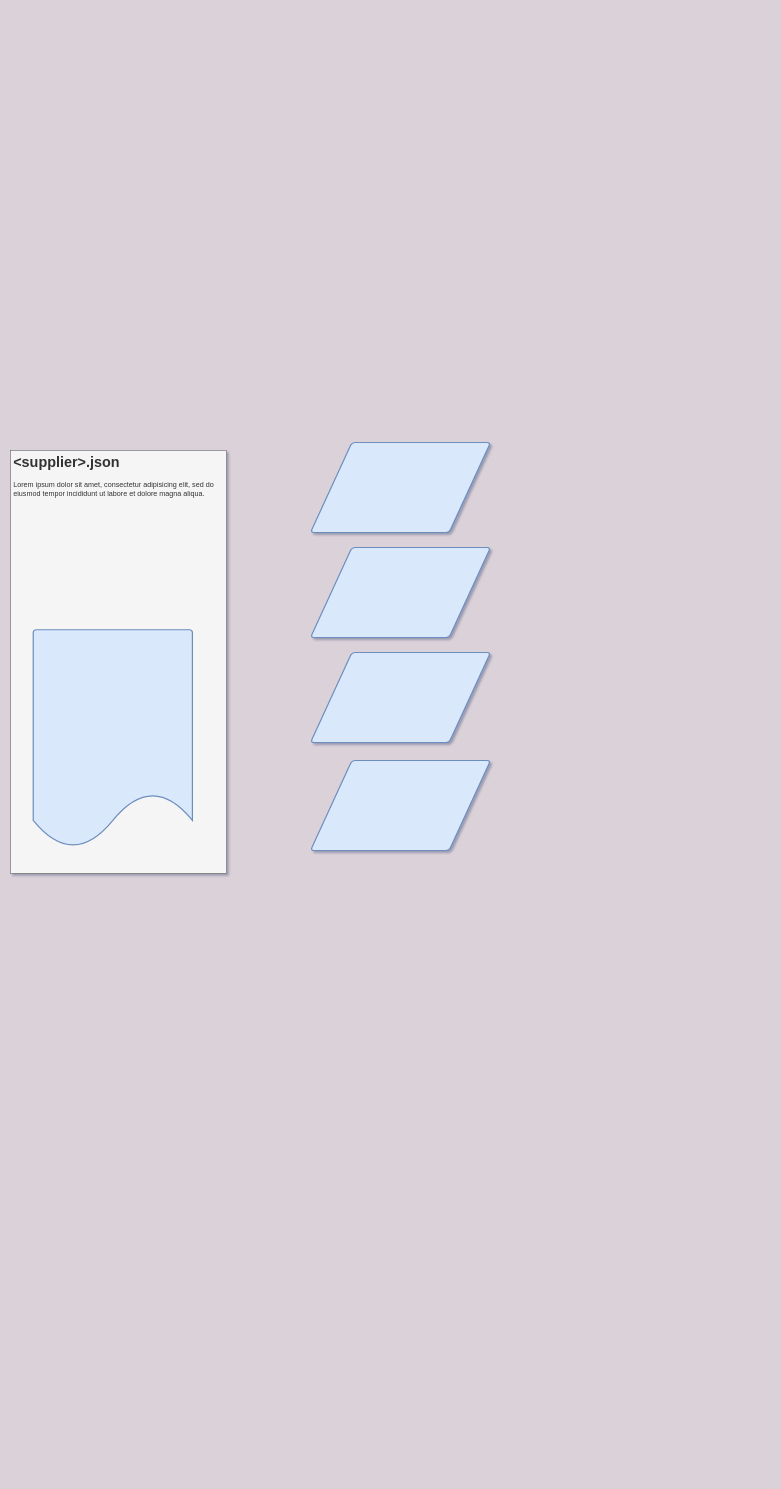
Before: DOC/diagrams.net/Diagram.drawio in DavidkaBenAvraham/Katia, a draw.io diagram. Source tidied: cells renumbered, new cells numbered last; positions are measured from the earlier drawing's top-left corner, leaving out a move shared by most shapes. Both pictures are drawn from the tidied source at 60%, with x=0, y=0 at pixel (10, 442).
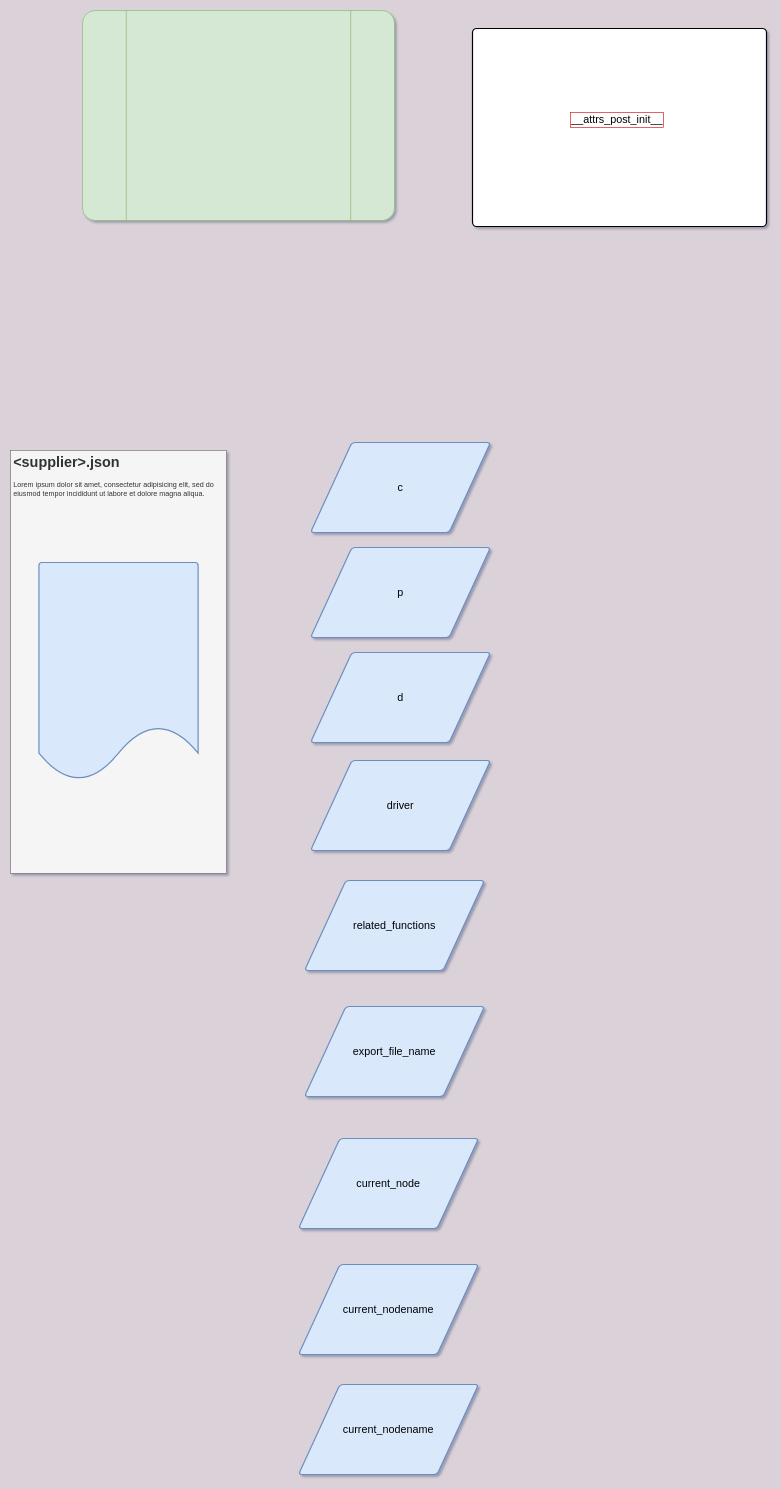
After the change.

What changed in the source:
```diff
@@
 <mxGraphModel background="#DAD2D8" shadow="1">
   <root>
     <mxCell id="0" />
     <mxCell id="1" parent="0" />
-    <mxCell id="2" style="shape=parallelogram;html=1;strokeWidth=2;perimeter=parallelogramPerimeter;whiteSpace=wrap;rounded=1;arcSize=12;size=0.23;fillColor=#dae8fc;strokeColor=#6c8ebf;shadow=0;" parent="1" vertex="1">
+    <mxCell id="2" value="c" style="shape=parallelogram;html=1;strokeWidth=2;perimeter=parallelogramPerimeter;whiteSpace=wrap;rounded=1;arcSize=12;size=0.23;fillColor=#dae8fc;strokeColor=#6c8ebf;shadow=0;fontSize=18;" parent="1" vertex="1">
       <mxGeometry x="500" width="300" height="150" as="geometry" />
     </mxCell>
     <mxCell id="3" style="group;" parent="1" vertex="1">
       <mxGeometry y="13" width="360" height="705" as="geometry" />
     </mxCell>
     <mxCell id="4" value="&lt;h1&gt;&amp;lt;supplier&amp;gt;.json&lt;/h1&gt;&lt;p&gt;Lorem ipsum dolor sit amet, consectetur adipisicing elit, sed do eiusmod tempor incididunt ut labore et dolore magna aliqua.&lt;/p&gt;" style="text;html=1;spacing=5;spacingTop=-20;whiteSpace=wrap;overflow=hidden;rounded=0;sketch=0;fillColor=#f5f5f5;fontColor=#333333;strokeColor=#666666;" parent="3" vertex="1">
       <mxGeometry width="360" height="705" as="geometry" />
     </mxCell>
     <mxCell id="5" style="strokeWidth=2;html=1;shape=mxgraph.flowchart.document2;whiteSpace=wrap;size=0.25;rounded=1;fillColor=#dae8fc;strokeColor=#6c8ebf;" parent="3" vertex="1">
-      <mxGeometry x="37.9" y="299.1" width="265.3" height="363.2" as="geometry" />
+      <mxGeometry x="47.4" y="187" width="265.3" height="363.2" as="geometry" />
     </mxCell>
-    <mxCell id="6" style="shape=parallelogram;html=1;strokeWidth=2;perimeter=parallelogramPerimeter;whiteSpace=wrap;rounded=1;arcSize=12;size=0.23;fillColor=#dae8fc;strokeColor=#6c8ebf;" parent="1" vertex="1">
+    <mxCell id="6" value="p" style="shape=parallelogram;html=1;strokeWidth=2;perimeter=parallelogramPerimeter;whiteSpace=wrap;rounded=1;arcSize=12;size=0.23;fillColor=#dae8fc;strokeColor=#6c8ebf;fontSize=18;" parent="1" vertex="1">
       <mxGeometry x="500" y="175" width="300" height="150" as="geometry" />
     </mxCell>
-    <mxCell id="7" style="shape=parallelogram;html=1;strokeWidth=2;perimeter=parallelogramPerimeter;whiteSpace=wrap;rounded=1;arcSize=12;size=0.23;fillColor=#dae8fc;strokeColor=#6c8ebf;" parent="1" vertex="1">
+    <mxCell id="7" value="d" style="shape=parallelogram;html=1;strokeWidth=2;perimeter=parallelogramPerimeter;whiteSpace=wrap;rounded=1;arcSize=12;size=0.23;fillColor=#dae8fc;strokeColor=#6c8ebf;fontSize=18;" parent="1" vertex="1">
       <mxGeometry x="500" y="350" width="300" height="150" as="geometry" />
     </mxCell>
-    <mxCell id="8" style="shape=parallelogram;html=1;strokeWidth=2;perimeter=parallelogramPerimeter;whiteSpace=wrap;rounded=1;arcSize=12;size=0.23;fillColor=#dae8fc;strokeColor=#6c8ebf;" parent="1" vertex="1">
+    <mxCell id="8" value="driver" style="shape=parallelogram;html=1;strokeWidth=2;perimeter=parallelogramPerimeter;whiteSpace=wrap;rounded=1;arcSize=12;size=0.23;fillColor=#dae8fc;strokeColor=#6c8ebf;fontSize=18;" parent="1" vertex="1">
       <mxGeometry x="500" y="530" width="300" height="150" as="geometry" />
     </mxCell>
+    <mxCell id="9" value="&lt;table&gt;&lt;tbody&gt;&lt;tr&gt;&lt;td&gt;&lt;br&gt;&lt;/td&gt;&lt;td&gt;&lt;br&gt;&lt;/td&gt;&lt;/tr&gt;&lt;tr&gt;&lt;td&gt;&lt;br&gt;&lt;/td&gt;&lt;td&gt;&lt;br&gt;&lt;/td&gt;&lt;/tr&gt;&lt;tr&gt;&lt;td&gt;&lt;br&gt;&lt;/td&gt;&lt;td&gt;&lt;br&gt;&lt;/td&gt;&lt;/tr&gt;&lt;/tbody&gt;&lt;/table&gt;" style="verticalLabelPosition=bottom;verticalAlign=top;html=1;shape=process;whiteSpace=wrap;rounded=1;size=0.14;arcSize=6;fillColor=#d5e8d4;strokeColor=#82b366;fontSize=48;" parent="1" vertex="1">
+      <mxGeometry x="120" y="-720" width="520" height="350" as="geometry" />
+    </mxCell>
+    <mxCell id="10" value="related_functions" style="shape=parallelogram;html=1;strokeWidth=2;perimeter=parallelogramPerimeter;whiteSpace=wrap;rounded=1;arcSize=12;size=0.23;fillColor=#dae8fc;strokeColor=#6c8ebf;shadow=0;fontSize=18;" parent="1" vertex="1">
+      <mxGeometry x="490" y="730" width="300" height="150" as="geometry" />
+    </mxCell>
+    <mxCell id="11" value="export_file_name" style="shape=parallelogram;html=1;strokeWidth=2;perimeter=parallelogramPerimeter;whiteSpace=wrap;rounded=1;arcSize=12;size=0.23;fillColor=#dae8fc;strokeColor=#6c8ebf;shadow=0;fontSize=18;" parent="1" vertex="1">
+      <mxGeometry x="490" y="940" width="300" height="150" as="geometry" />
+    </mxCell>
+    <mxCell id="12" value="current_nodename" style="shape=parallelogram;html=1;strokeWidth=2;perimeter=parallelogramPerimeter;whiteSpace=wrap;rounded=1;arcSize=12;size=0.23;fillColor=#dae8fc;strokeColor=#6c8ebf;shadow=0;fontSize=18;" parent="1" vertex="1">
+      <mxGeometry x="480" y="1370" width="300" height="150" as="geometry" />
+    </mxCell>
+    <mxCell id="13" value="current_nodename" style="shape=parallelogram;html=1;strokeWidth=2;perimeter=parallelogramPerimeter;whiteSpace=wrap;rounded=1;arcSize=12;size=0.23;fillColor=#dae8fc;strokeColor=#6c8ebf;shadow=0;fontSize=18;" parent="1" vertex="1">
+      <mxGeometry x="480" y="1570" width="300" height="150" as="geometry" />
+    </mxCell>
+    <mxCell id="14" value="current_node" style="shape=parallelogram;html=1;strokeWidth=2;perimeter=parallelogramPerimeter;whiteSpace=wrap;rounded=1;arcSize=12;size=0.23;fillColor=#dae8fc;strokeColor=#6c8ebf;shadow=0;fontSize=18;" parent="1" vertex="1">
+      <mxGeometry x="480" y="1160" width="300" height="150" as="geometry" />
+    </mxCell>
+    <mxCell id="15" value="&lt;table&gt;&lt;tbody&gt;&lt;tr&gt;&lt;td style=&quot;border: 1px solid rgb(204, 0, 0); border-collapse: collapse;&quot; border=&quot;1&quot;&gt;__attrs_post_init__&lt;/td&gt;&lt;td&gt;&lt;br&gt;&lt;/td&gt;&lt;td&gt;&lt;br&gt;&lt;/td&gt;&lt;/tr&gt;&lt;tr&gt;&lt;td&gt;&lt;br&gt;&lt;/td&gt;&lt;td&gt;&lt;br&gt;&lt;/td&gt;&lt;td&gt;&lt;br&gt;&lt;/td&gt;&lt;/tr&gt;&lt;/tbody&gt;&lt;/table&gt;" style="rounded=1;whiteSpace=wrap;html=1;absoluteArcSize=1;arcSize=14;strokeWidth=2;fontSize=18;" parent="1" vertex="1">
+      <mxGeometry x="770" y="-690" width="490" height="330" as="geometry" />
+    </mxCell>
   </root>
 </mxGraphModel>
```
